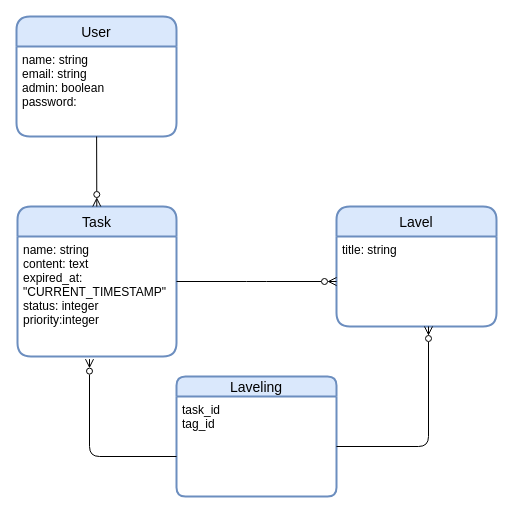
Above: docs/ER図.drawio in keikikamikubota/manyou_exam (draw.io), before the change. Source tidied: cells renumbered, new cells numbered last; positions are measured from the earlier drawing's top-left corner, leaving out a move shared by most shapes. Both pictures are drawn from the tidied source at 100%, with x=0, y=0 at pixel (16, 16).
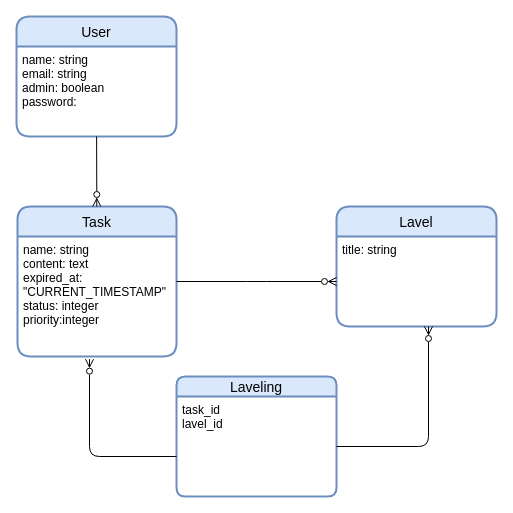
Above is the later version.

Change to the diagram source:
```diff
@@
 <mxGraphModel background="#ffffff">
   <root>
     <mxCell id="0" />
     <mxCell id="1" parent="0" />
     <mxCell id="2" value="User" style="swimlane;horizontal=1;startSize=30;rounded=1;fontSize=14;fontStyle=0;strokeWidth=2;shadow=0;dashed=0;align=center;fillColor=#dae8fc;strokeColor=#6c8ebf;" parent="1" vertex="1">
       <mxGeometry width="160" height="120" as="geometry" />
     </mxCell>
     <mxCell id="3" value="name: string&#10;email: string&#10;admin: boolean&#10;password:  " style="align=left;strokeColor=none;fillColor=none;spacingLeft=4;fontSize=12;verticalAlign=top;" parent="2" vertex="1">
       <mxGeometry y="30" width="160" height="90" as="geometry" />
     </mxCell>
     <mxCell id="4" value="Task" style="swimlane;horizontal=1;startSize=30;rounded=1;fontSize=14;fontStyle=0;strokeWidth=2;shadow=0;dashed=0;align=center;fillColor=#dae8fc;strokeColor=#6c8ebf;" parent="1" vertex="1">
       <mxGeometry x="1" y="190" width="159" height="150" as="geometry" />
     </mxCell>
     <mxCell id="5" value="name: string&#10;content: text&#10;expired_at: &#10;&quot;CURRENT_TIMESTAMP&quot;&#10;status: integer&#10;priority:integer" style="align=left;strokeColor=none;fillColor=none;spacingLeft=4;fontSize=12;verticalAlign=top;" parent="4" vertex="1">
       <mxGeometry y="30" width="159" height="120" as="geometry" />
     </mxCell>
     <mxCell id="6" style="edgeStyle=none;html=1;endArrow=ERzeroToMany;endFill=0;" parent="1" edge="1" source="3" target="4">
       <mxGeometry relative="1" as="geometry" />
     </mxCell>
     <mxCell id="7" value="Lavel" style="swimlane;horizontal=1;startSize=30;rounded=1;fontSize=14;fontStyle=0;strokeWidth=2;shadow=0;dashed=0;align=center;fillColor=#dae8fc;strokeColor=#6c8ebf;" parent="1" vertex="1">
       <mxGeometry x="320" y="190" width="160" height="120" as="geometry" />
     </mxCell>
     <mxCell id="8" value="title: string" style="align=left;strokeColor=none;fillColor=none;spacingLeft=4;fontSize=12;verticalAlign=top;" parent="7" vertex="1">
       <mxGeometry y="30" width="160" height="90" as="geometry" />
     </mxCell>
     <mxCell id="9" style="edgeStyle=elbowEdgeStyle;html=1;elbow=vertical;endArrow=ERzeroToMany;endFill=0;" parent="1" edge="1" source="5" target="7">
       <mxGeometry relative="1" as="geometry">
         <Array as="points">
           <mxPoint x="240" y="265" />
         </Array>
       </mxGeometry>
     </mxCell>
     <mxCell id="10" value="Laveling" style="swimlane;horizontal=1;startSize=20;rounded=1;fontSize=14;fontStyle=0;strokeWidth=2;shadow=0;dashed=0;align=center;fillColor=#dae8fc;strokeColor=#6c8ebf;" parent="1" vertex="1">
       <mxGeometry x="160" y="360" width="160" height="120" as="geometry" />
     </mxCell>
-    <mxCell id="11" value="task_id&#10;tag_id" style="align=left;strokeColor=none;fillColor=none;spacingLeft=4;fontSize=12;verticalAlign=top;" parent="10" vertex="1">
+    <mxCell id="11" value="task_id&#10;lavel_id" style="align=left;strokeColor=none;fillColor=none;spacingLeft=4;fontSize=12;verticalAlign=top;" parent="10" vertex="1">
       <mxGeometry y="20" width="160" height="100" as="geometry" />
     </mxCell>
     <mxCell id="12" style="edgeStyle=elbowEdgeStyle;html=1;entryX=0.456;entryY=1.022;entryDx=0;entryDy=0;entryPerimeter=0;endArrow=ERzeroToMany;endFill=0;" parent="1" edge="1" source="11" target="5">
       <mxGeometry relative="1" as="geometry">
         <Array as="points">
           <mxPoint x="73" y="440" />
         </Array>
       </mxGeometry>
     </mxCell>
     <mxCell id="13" style="edgeStyle=elbowEdgeStyle;html=1;entryX=0.575;entryY=1.022;entryDx=0;entryDy=0;entryPerimeter=0;endArrow=ERzeroToMany;endFill=0;" parent="1" edge="1" source="11">
       <mxGeometry relative="1" as="geometry">
         <mxPoint x="412" y="310" as="targetPoint" />
         <Array as="points">
           <mxPoint x="412" y="430" />
           <mxPoint x="400" y="420" />
           <mxPoint x="410" y="440" />
         </Array>
       </mxGeometry>
     </mxCell>
   </root>
 </mxGraphModel>
```
